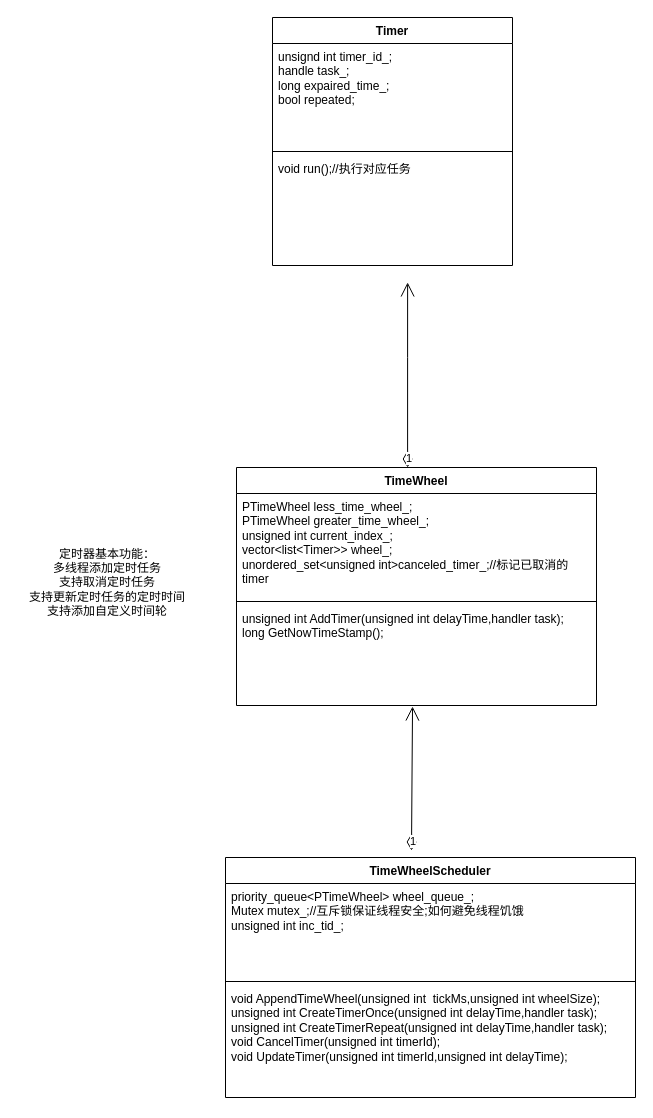
The draw.io diagram 多级时间轮类设计图.drawio in blackjack2022/draw.io, before the edit. Source tidied: cells renumbered, new cells numbered last; positions are measured from the earlier drawing's top-left corner, leaving out a move shared by most shapes. Both pictures are drawn from the tidied source at 100%, with x=0, y=0 at pixel (17, 17).
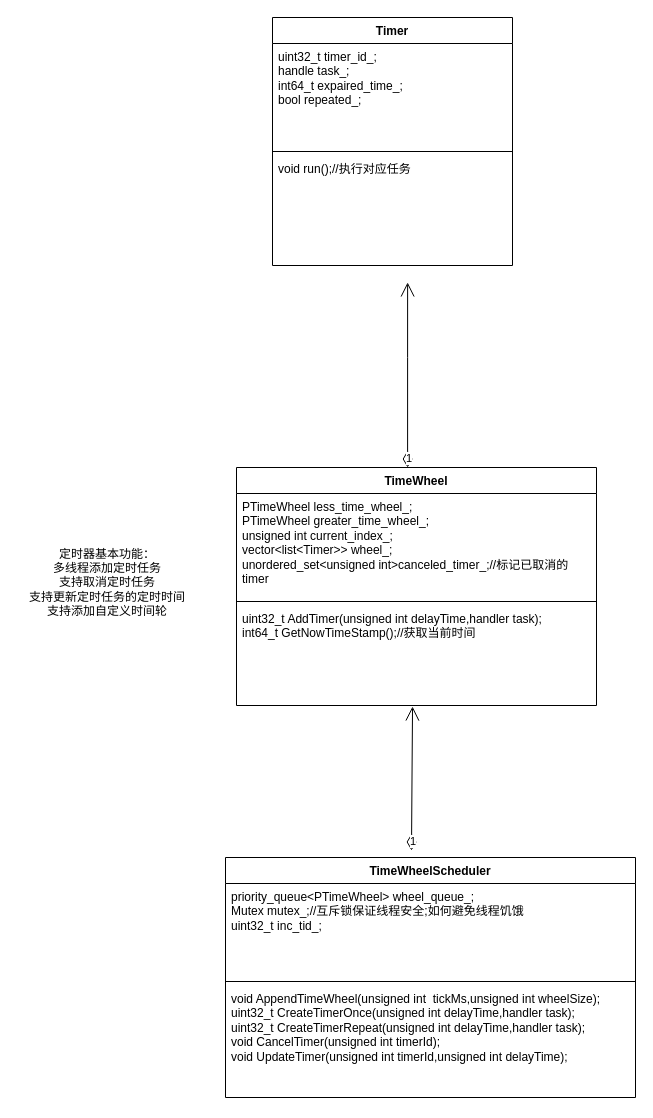
Above is the later version.

Commit message:
更新多级时间轮类设计图.drawio

Diff of the diagram source:
```diff
@@
 <mxGraphModel>
   <root>
     <mxCell id="0" />
     <mxCell id="1" parent="0" />
     <mxCell id="2" value="定时器基本功能：&lt;div&gt;多线程添加定时任务&lt;/div&gt;&lt;div&gt;支持取消定时任务&lt;/div&gt;&lt;div&gt;支持更新定时任务的定时时间&lt;/div&gt;&lt;div&gt;支持添加自定义时间轮&lt;/div&gt;" style="text;html=1;align=center;verticalAlign=middle;whiteSpace=wrap;rounded=0;" parent="1" vertex="1">
       <mxGeometry y="515" width="180" height="100" as="geometry" />
     </mxCell>
     <mxCell id="3" value="TimeWheelScheduler" style="swimlane;fontStyle=1;align=center;verticalAlign=top;horizontal=1;startSize=26;whiteSpace=wrap;html=1;" parent="1" vertex="1">
       <mxGeometry x="208" y="840" width="410" height="240" as="geometry" />
     </mxCell>
-    <mxCell id="4" value="priority_queue&amp;lt;PTimeWheel&amp;gt; wheel_queue_;&lt;div&gt;Mutex mutex_;//互斥锁保证线程安全;如何避免线程饥饿&lt;/div&gt;&lt;div&gt;unsigned int inc_tid_;&lt;/div&gt;&lt;div&gt;&lt;br&gt;&lt;/div&gt;" style="text;strokeColor=none;fillColor=none;align=left;verticalAlign=top;spacingLeft=4;spacingRight=4;overflow=hidden;whiteSpace=wrap;html=1;" parent="3" vertex="1">
+    <mxCell id="4" value="priority_queue&amp;lt;PTimeWheel&amp;gt; wheel_queue_;&lt;div&gt;Mutex mutex_;//互斥锁保证线程安全;如何避免线程饥饿&lt;/div&gt;&lt;div&gt;&lt;span style=&quot;background-color: initial;&quot;&gt;uint32_t&lt;/span&gt;&amp;nbsp;inc_tid_;&lt;/div&gt;&lt;div&gt;&lt;br&gt;&lt;/div&gt;" style="text;strokeColor=none;fillColor=none;align=left;verticalAlign=top;spacingLeft=4;spacingRight=4;overflow=hidden;whiteSpace=wrap;html=1;" parent="3" vertex="1">
       <mxGeometry y="26" width="410" height="94" as="geometry" />
     </mxCell>
     <mxCell id="5" style="line;strokeWidth=1;fillColor=none;align=left;verticalAlign=middle;spacingTop=-1;spacingLeft=3;spacingRight=3;labelPosition=right;strokeColor=inherit;" parent="3" vertex="1">
       <mxGeometry y="120" width="410" height="8" as="geometry" />
     </mxCell>
-    <mxCell id="6" value="void AppendTimeWheel(unsigned int&amp;nbsp; tickMs,unsigned int wheelSize);&lt;div&gt;unsigned int CreateTimerOnce(unsigned int delayTime,handler task);&lt;/div&gt;&lt;div&gt;unsigned int CreateTimerRepeat(unsigned int delayTime,handler task);&lt;br&gt;&lt;/div&gt;&lt;div&gt;void CancelTimer(unsigned int timerId);&lt;/div&gt;&lt;div&gt;void UpdateTimer(&lt;span style=&quot;background-color: initial;&quot;&gt;unsigned int timerId,unsigned int delayTime&lt;/span&gt;&lt;span style=&quot;background-color: initial;&quot;&gt;);&lt;/span&gt;&lt;/div&gt;" style="text;strokeColor=none;fillColor=none;align=left;verticalAlign=top;spacingLeft=4;spacingRight=4;overflow=hidden;whiteSpace=wrap;html=1;" parent="3" vertex="1">
+    <mxCell id="6" value="void AppendTimeWheel(unsigned int&amp;nbsp; tickMs,unsigned int wheelSize);&lt;br&gt;&lt;div&gt;&lt;span style=&quot;background-color: initial;&quot;&gt;uint32_t&lt;/span&gt;&amp;nbsp;CreateTimerOnce(unsigned int delayTime,handler task);&lt;/div&gt;&lt;div&gt;&lt;span style=&quot;background-color: initial;&quot;&gt;uint32_t&lt;/span&gt;&amp;nbsp;CreateTimerRepeat(unsigned int delayTime,handler task);&lt;br&gt;&lt;/div&gt;&lt;div&gt;void CancelTimer(unsigned int timerId);&lt;/div&gt;&lt;div&gt;void UpdateTimer(&lt;span style=&quot;background-color: initial;&quot;&gt;unsigned int timerId,unsigned int delayTime&lt;/span&gt;&lt;span style=&quot;background-color: initial;&quot;&gt;);&lt;/span&gt;&lt;/div&gt;" style="text;strokeColor=none;fillColor=none;align=left;verticalAlign=top;spacingLeft=4;spacingRight=4;overflow=hidden;whiteSpace=wrap;html=1;" parent="3" vertex="1">
       <mxGeometry y="128" width="410" height="112" as="geometry" />
     </mxCell>
     <mxCell id="7" value="1" style="endArrow=open;html=1;endSize=12;startArrow=diamondThin;startSize=14;startFill=0;edgeStyle=orthogonalEdgeStyle;align=left;verticalAlign=bottom;rounded=0;entryX=0.489;entryY=1.01;entryDx=0;entryDy=0;entryPerimeter=0;" parent="3" edge="1" target="11">
       <mxGeometry x="-1" y="3" relative="1" as="geometry">
         <mxPoint x="186" y="-7" as="sourcePoint" />
       </mxGeometry>
     </mxCell>
     <mxCell id="8" value="TimeWheel" style="swimlane;fontStyle=1;align=center;verticalAlign=top;horizontal=1;startSize=26;whiteSpace=wrap;html=1;" parent="1" vertex="1">
       <mxGeometry x="219" y="450" width="360" height="238" as="geometry" />
     </mxCell>
     <mxCell id="9" value="PTimeWheel less_time_wheel_;&lt;div&gt;PTimeWheel greater_time_wheel_;&lt;br&gt;&lt;/div&gt;&lt;div&gt;unsigned int current_index_;&lt;/div&gt;&lt;div&gt;vector&amp;lt;list&amp;lt;Timer&amp;gt;&amp;gt; wheel_;&lt;/div&gt;&lt;div&gt;unordered_set&amp;lt;unsigned int&amp;gt;canceled_timer_;//标记已取消的timer&lt;/div&gt;" style="text;strokeColor=none;fillColor=none;align=left;verticalAlign=top;spacingLeft=4;spacingRight=4;overflow=hidden;whiteSpace=wrap;html=1;" parent="8" vertex="1">
       <mxGeometry y="26" width="360" height="104" as="geometry" />
     </mxCell>
     <mxCell id="10" style="line;strokeWidth=1;fillColor=none;align=left;verticalAlign=middle;spacingTop=-1;spacingLeft=3;spacingRight=3;labelPosition=right;strokeColor=inherit;" parent="8" vertex="1">
       <mxGeometry y="130" width="360" height="8" as="geometry" />
     </mxCell>
-    <mxCell id="11" value="unsigned int AddTimer(unsigned int delayTime,handler task);&lt;div&gt;long GetNowTimeStamp();&lt;/div&gt;&lt;div&gt;&lt;br&gt;&lt;/div&gt;" style="text;strokeColor=none;fillColor=none;align=left;verticalAlign=top;spacingLeft=4;spacingRight=4;overflow=hidden;points=[[0,0.5],[1,0.5]];portConstraint=eastwest;whiteSpace=wrap;html=1;" parent="8" vertex="1">
+    <mxCell id="11" value="uint32_t AddTimer(unsigned int delayTime,handler task);&lt;div&gt;int64_t GetNowTimeStamp();//获取当前时间&lt;/div&gt;&lt;div&gt;&lt;br&gt;&lt;/div&gt;&lt;div&gt;&lt;br&gt;&lt;/div&gt;" style="text;strokeColor=none;fillColor=none;align=left;verticalAlign=top;spacingLeft=4;spacingRight=4;overflow=hidden;points=[[0,0.5],[1,0.5]];portConstraint=eastwest;whiteSpace=wrap;html=1;" parent="8" vertex="1">
       <mxGeometry y="138" width="360" height="100" as="geometry" />
     </mxCell>
     <mxCell id="12" value="Timer" style="swimlane;fontStyle=1;align=center;verticalAlign=top;horizontal=1;startSize=26;whiteSpace=wrap;html=1;" parent="1" vertex="1">
       <mxGeometry x="255" width="240" height="248" as="geometry" />
     </mxCell>
-    <mxCell id="13" value="unsignd int timer_id_;&lt;div&gt;handle task_;&lt;/div&gt;&lt;div&gt;long expaired_time_;&lt;/div&gt;&lt;div&gt;bool repeated;&lt;/div&gt;" style="text;strokeColor=none;fillColor=none;align=left;verticalAlign=top;spacingLeft=4;spacingRight=4;overflow=hidden;whiteSpace=wrap;html=1;" parent="12" vertex="1">
+    <mxCell id="13" value="uint32_t&amp;nbsp;timer_id_;&lt;div&gt;handle task_;&lt;/div&gt;&lt;div&gt;int64_t expaired_time_;&lt;/div&gt;&lt;div&gt;bool repeated_;&lt;/div&gt;" style="text;strokeColor=none;fillColor=none;align=left;verticalAlign=top;spacingLeft=4;spacingRight=4;overflow=hidden;whiteSpace=wrap;html=1;" parent="12" vertex="1">
       <mxGeometry y="26" width="240" height="104" as="geometry" />
     </mxCell>
     <mxCell id="14" style="line;strokeWidth=1;fillColor=none;align=left;verticalAlign=middle;spacingTop=-1;spacingLeft=3;spacingRight=3;labelPosition=right;strokeColor=inherit;" parent="12" vertex="1">
       <mxGeometry y="130" width="240" height="8" as="geometry" />
     </mxCell>
     <mxCell id="15" value="void run();//执行对应任务" style="text;strokeColor=none;fillColor=none;align=left;verticalAlign=top;spacingLeft=4;spacingRight=4;overflow=hidden;points=[[0,0.5],[1,0.5]];portConstraint=eastwest;whiteSpace=wrap;html=1;" parent="12" vertex="1">
       <mxGeometry y="138" width="240" height="110" as="geometry" />
     </mxCell>
     <mxCell id="16" value="1" style="endArrow=open;html=1;endSize=12;startArrow=diamondThin;startSize=14;startFill=0;edgeStyle=orthogonalEdgeStyle;align=left;verticalAlign=bottom;rounded=0;entryX=0.563;entryY=1.154;entryDx=0;entryDy=0;entryPerimeter=0;" parent="1" edge="1" source="8" target="15">
       <mxGeometry x="-1" y="3" relative="1" as="geometry">
         <Array as="points">
           <mxPoint x="390" y="340" />
         </Array>
       </mxGeometry>
     </mxCell>
   </root>
 </mxGraphModel>
```
